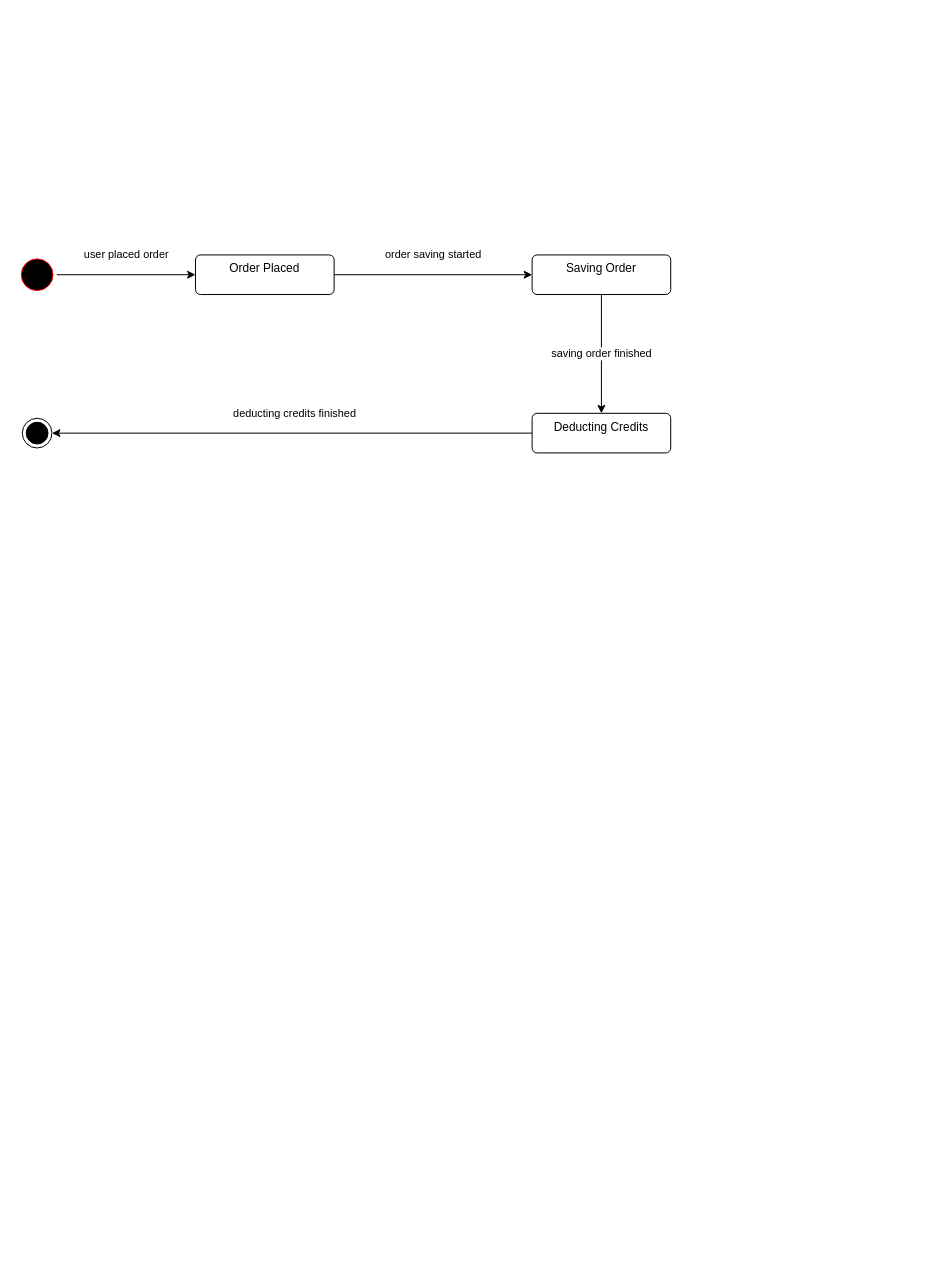
LassazVegaz/BlazorShoppingApp keeps this draw.io diagram as diagrams/TrendingApp.drawio. Above is the earlier version. Source tidied: cells renumbered, new cells numbered last; positions are measured from the earlier drawing's top-left corner, leaving out a move shared by most shapes. Both pictures are drawn from the tidied source at 99%, with x=0, y=0 at pixel (17, 254).
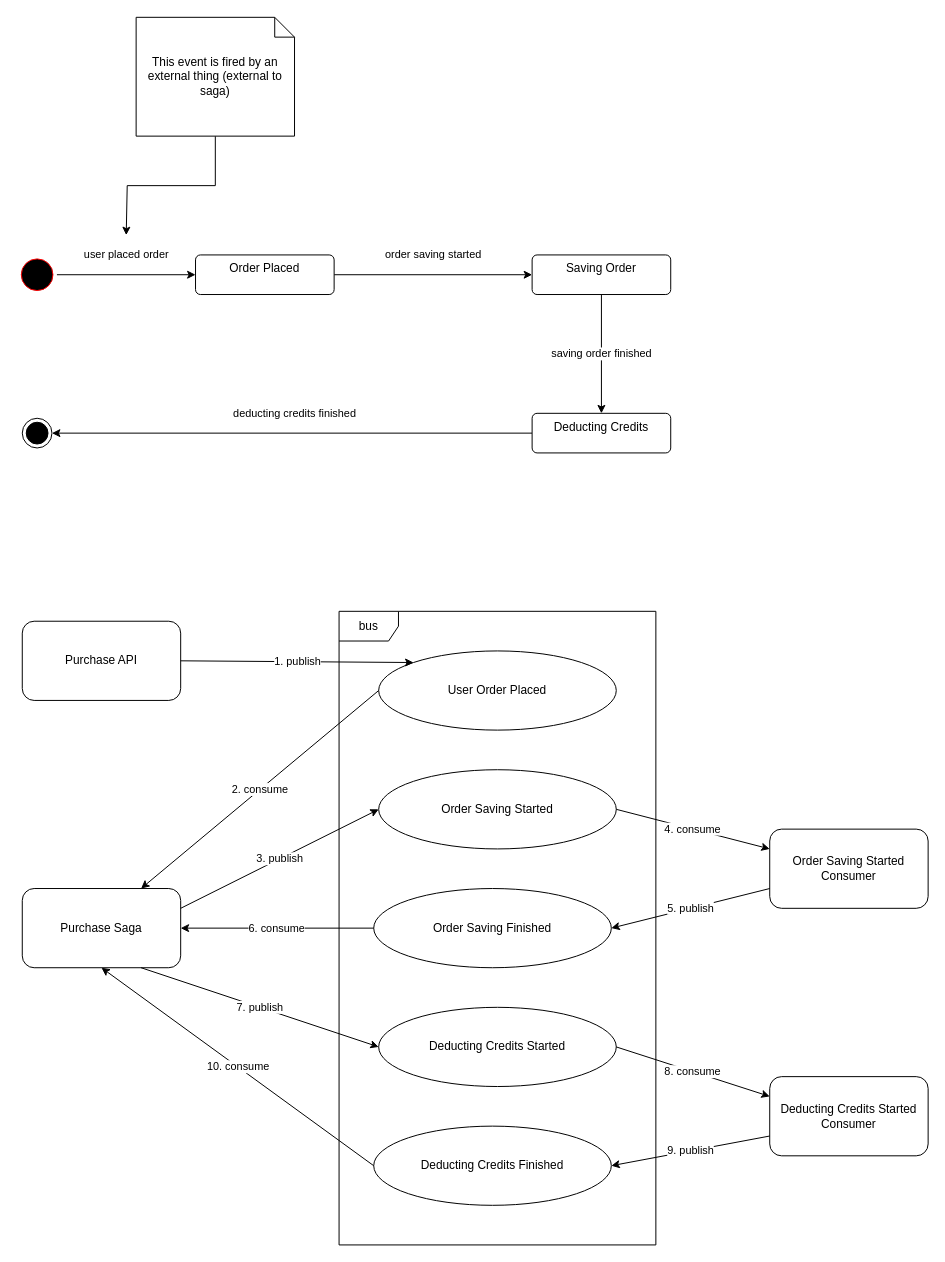
Above is the later version.

Commit message:
more explaied dia

The edit, as a diff of the source:
```diff
@@
+    <mxCell id="11" value="Purchase Saga" style="rounded=1;whiteSpace=wrap;html=1;" parent="1" vertex="1">
+      <mxGeometry x="5" y="640" width="160" height="80" as="geometry" />
+    </mxCell>
+    <mxCell id="12" value="bus" style="shape=umlFrame;whiteSpace=wrap;html=1;" parent="1" vertex="1">
+      <mxGeometry x="325" y="360" width="320" height="640" as="geometry" />
+    </mxCell>
+    <mxCell id="13" value="User Order Placed" style="ellipse;whiteSpace=wrap;html=1;" parent="1" vertex="1">
+      <mxGeometry x="365" y="400" width="240" height="80" as="geometry" />
+    </mxCell>
+    <mxCell id="14" value="2. consume" style="endArrow=classic;html=1;rounded=0;entryX=0.75;entryY=0;entryDx=0;entryDy=0;exitX=0;exitY=0.5;exitDx=0;exitDy=0;" parent="1" edge="1" source="13" target="11">
+      <mxGeometry relative="1" as="geometry" />
+    </mxCell>
+    <mxCell id="15" value="Purchase API" style="rounded=1;whiteSpace=wrap;html=1;" parent="1" vertex="1">
+      <mxGeometry x="5" y="370" width="160" height="80" as="geometry" />
+    </mxCell>
+    <mxCell id="16" value="1. publish" style="endArrow=classic;html=1;rounded=0;entryX=0;entryY=0;entryDx=0;entryDy=0;exitX=1;exitY=0.5;exitDx=0;exitDy=0;" parent="1" edge="1" source="15" target="13">
+      <mxGeometry relative="1" as="geometry" />
+    </mxCell>
+    <mxCell id="17" value="Order Saving Started" style="ellipse;whiteSpace=wrap;html=1;" parent="1" vertex="1">
+      <mxGeometry x="365" y="520" width="240" height="80" as="geometry" />
+    </mxCell>
+    <mxCell id="18" value="3. publish" style="endArrow=classic;html=1;rounded=0;entryX=0;entryY=0.5;entryDx=0;entryDy=0;exitX=1;exitY=0.25;exitDx=0;exitDy=0;" parent="1" edge="1" source="11" target="17">
+      <mxGeometry relative="1" as="geometry" />
+    </mxCell>
+    <mxCell id="19" value="Order Saving Started Consumer" style="rounded=1;whiteSpace=wrap;html=1;" parent="1" vertex="1">
+      <mxGeometry x="760" y="580" width="160" height="80" as="geometry" />
+    </mxCell>
+    <mxCell id="20" value="4. consume" style="endArrow=classic;html=1;rounded=0;entryX=0;entryY=0.25;entryDx=0;entryDy=0;exitX=1;exitY=0.5;exitDx=0;exitDy=0;" parent="1" edge="1" source="17" target="19">
+      <mxGeometry relative="1" as="geometry" />
+    </mxCell>
+    <mxCell id="21" value="Order Saving Finished" style="ellipse;whiteSpace=wrap;html=1;" parent="1" vertex="1">
+      <mxGeometry x="360" y="640" width="240" height="80" as="geometry" />
+    </mxCell>
+    <mxCell id="22" value="5. publish" style="endArrow=classic;html=1;rounded=0;entryX=1;entryY=0.5;entryDx=0;entryDy=0;exitX=0;exitY=0.75;exitDx=0;exitDy=0;" parent="1" edge="1" source="19" target="21">
+      <mxGeometry relative="1" as="geometry" />
+    </mxCell>
+    <mxCell id="23" value="6. consume" style="endArrow=classic;html=1;rounded=0;entryX=1;entryY=0.5;entryDx=0;entryDy=0;exitX=0;exitY=0.5;exitDx=0;exitDy=0;" parent="1" edge="1" source="21" target="11">
+      <mxGeometry relative="1" as="geometry" />
+    </mxCell>
+    <mxCell id="24" value="Deducting Credits Started" style="ellipse;whiteSpace=wrap;html=1;" parent="1" vertex="1">
+      <mxGeometry x="365" y="760" width="240" height="80" as="geometry" />
+    </mxCell>
+    <mxCell id="25" value="7. publish" style="endArrow=classic;html=1;rounded=0;entryX=0;entryY=0.5;entryDx=0;entryDy=0;exitX=0.75;exitY=1;exitDx=0;exitDy=0;" parent="1" edge="1" source="11" target="24">
+      <mxGeometry relative="1" as="geometry" />
+    </mxCell>
+    <mxCell id="26" value="Deducting Credits Started Consumer" style="rounded=1;whiteSpace=wrap;html=1;" parent="1" vertex="1">
+      <mxGeometry x="760" y="830" width="160" height="80" as="geometry" />
+    </mxCell>
+    <mxCell id="27" value="8. consume" style="endArrow=classic;html=1;rounded=0;entryX=0;entryY=0.25;entryDx=0;entryDy=0;exitX=1;exitY=0.5;exitDx=0;exitDy=0;" parent="1" edge="1" source="24" target="26">
+      <mxGeometry relative="1" as="geometry" />
+    </mxCell>
+    <mxCell id="28" value="Deducting Credits Finished" style="ellipse;whiteSpace=wrap;html=1;" parent="1" vertex="1">
+      <mxGeometry x="360" y="880" width="240" height="80" as="geometry" />
+    </mxCell>
+    <mxCell id="29" value="9. publish" style="endArrow=classic;html=1;rounded=0;entryX=1;entryY=0.5;entryDx=0;entryDy=0;exitX=0;exitY=0.75;exitDx=0;exitDy=0;" parent="1" edge="1" source="26" target="28">
+      <mxGeometry relative="1" as="geometry" />
+    </mxCell>
+    <mxCell id="30" value="10. consume" style="endArrow=classic;html=1;rounded=0;exitX=0;exitY=0.5;exitDx=0;exitDy=0;entryX=0.5;entryY=1;entryDx=0;entryDy=0;" parent="1" edge="1" source="28" target="11">
+      <mxGeometry relative="1" as="geometry" />
+    </mxCell>
+    <mxCell id="31" style="edgeStyle=orthogonalEdgeStyle;rounded=0;jettySize=auto;html=1;" parent="1" edge="1" source="32">
+      <mxGeometry relative="1" as="geometry">
+        <mxPoint x="110" y="-20" as="targetPoint" />
+        <Array as="points">
+          <mxPoint x="200" y="-70" />
+          <mxPoint x="111" y="-70" />
+          <mxPoint x="111" y="-20" />
+        </Array>
+      </mxGeometry>
+    </mxCell>
+    <mxCell id="32" value="This event is fired by an external thing (external to saga)" style="shape=note;size=20;whiteSpace=wrap;html=1;" parent="1" vertex="1">
+      <mxGeometry x="120" y="-240" width="160" height="120" as="geometry" />
+    </mxCell>
```
